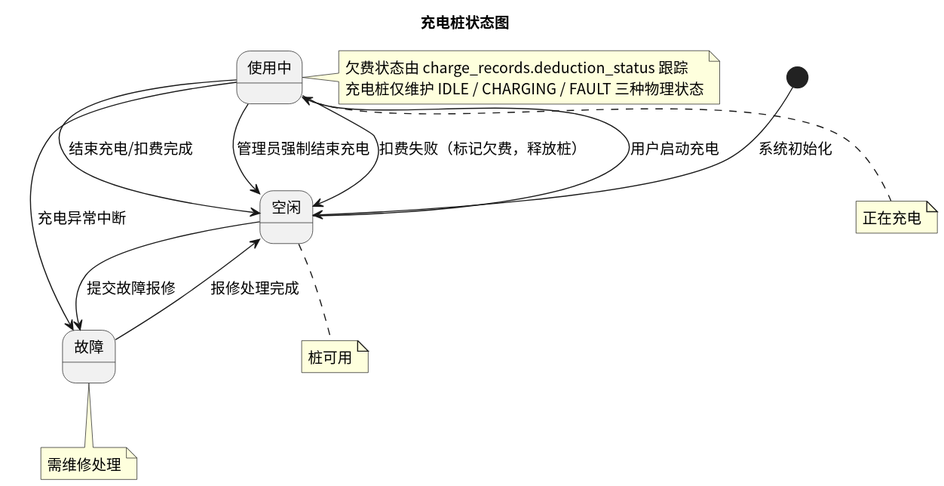
Before: status/img/state_charger.svg, a diagram exported from PlantUML (greenhandzdl/charging-station-doc).
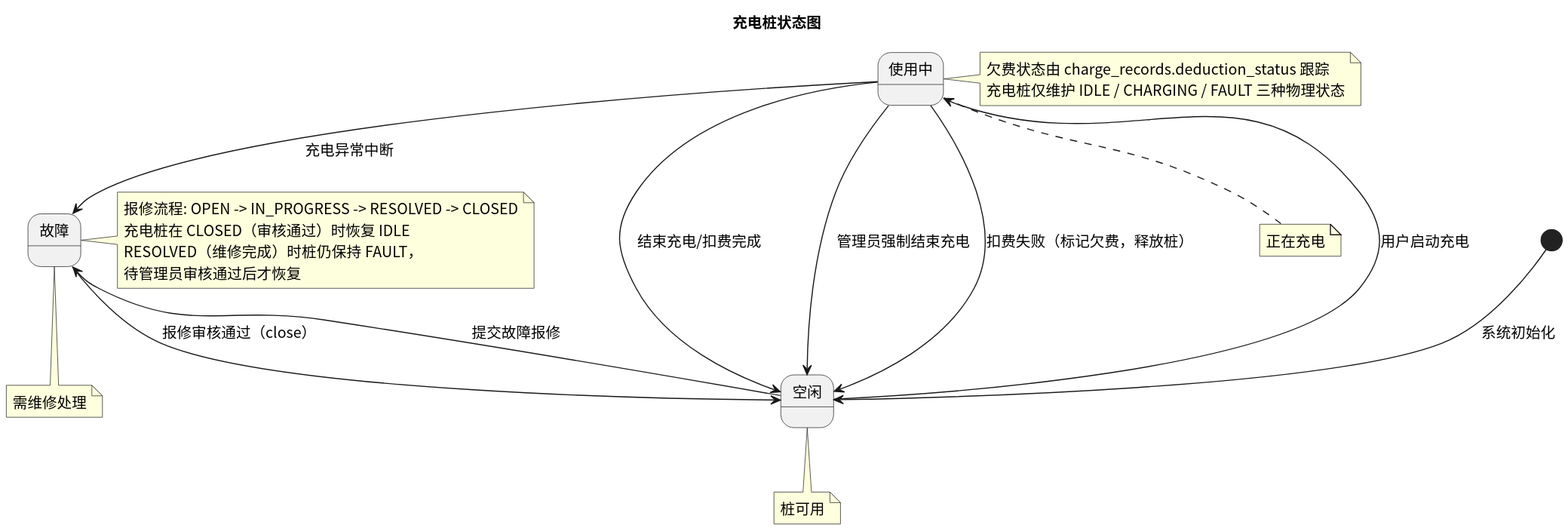
After the change.

What changed in the source:
```diff
@@ -14,11 +14,13 @@
 CHARGING --> FAULT : 充电异常中断
 	CHARGING --> IDLE : 扣费失败（标记欠费，释放桩）
 IDLE --> FAULT : 提交故障报修
-FAULT --> IDLE : 报修处理完成
+FAULT --> IDLE : 报修审核通过（close）
 
 note bottom of IDLE : 桩可用
 note bottom of CHARGING : 正在充电
 note bottom of FAULT : 需维修处理
 
 note right of CHARGING : 欠费状态由 charge_records.deduction_status 跟踪\n充电桩仅维护 IDLE / CHARGING / FAULT 三种物理状态
+
+note right of FAULT : 报修流程: OPEN -> IN_PROGRESS -> RESOLVED -> CLOSED\n充电桩在 CLOSED（审核通过）时恢复 IDLE\nRESOLVED（维修完成）时桩仍保持 FAULT，\n待管理员审核通过后才恢复
 @enduml
```
